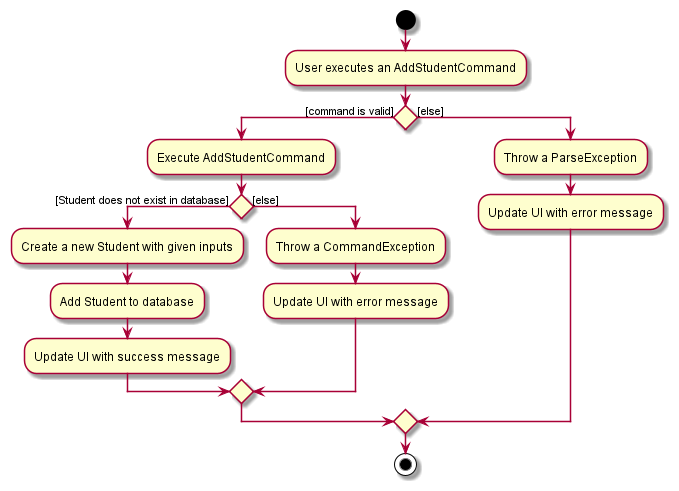
This is docs/images/AddStudentActivityDiagram.png from nus-cs2103-AY2122S1/tp, a PlantUML export, as it was before one commit.
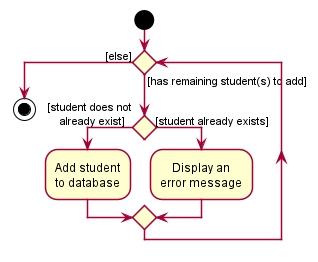
Above is the later version.

The edit, as a diff of the source:
```diff
@@ -1,25 +1,14 @@
 @startuml
+!include style.puml
 
 start
-
-:User executes an AddStudentCommand;
-
-if () then ([command is valid])
-	:Execute AddStudentCommand;
-	if() then ([Student does not exist in database])
-        :Create a new Student with given inputs;
-        :Add Student to database;
-        :Update UI with success message;
-
-	else ([else])
-        :Throw a CommandException;
-        :Update UI with error message;
-    endif
-else ([else])
-	:Throw a ParseException;
-	:Update UI with error message;
-endif
-
+while () is ([has remaining student(s) to add])
+	if() then ([student does not\n    already exist])
+	  :Add student\nto database;
+	else ([student already exists])
+	  :Display an\nerror message;
+	endif
+endwhile ([else])
 stop
 
 @enduml
```
